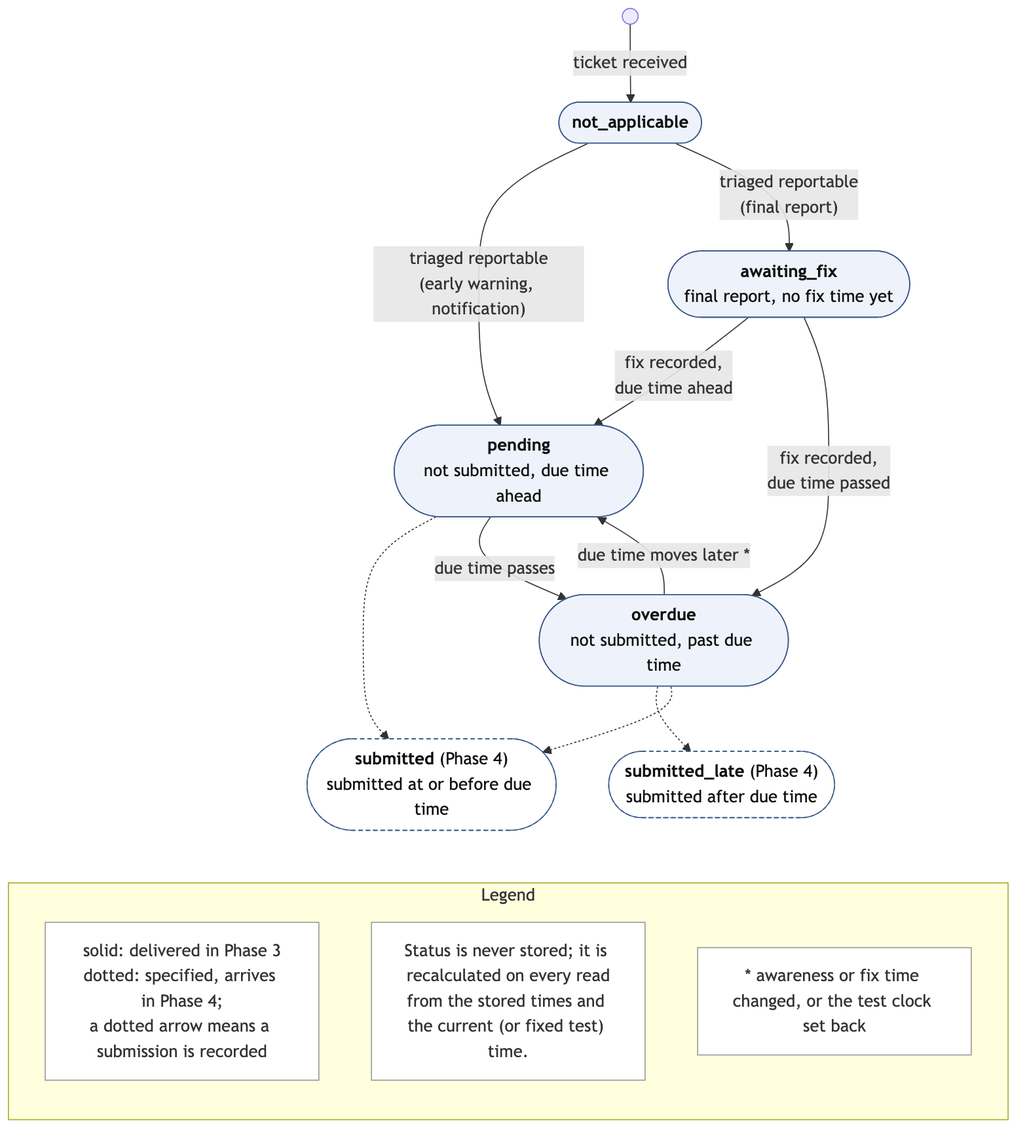
Before: docs/models/model-b-report-status.png, a diagram exported from Mermaid (team17-ece30861/cra-service). Its source is kept beside it as docs/models/model-b-report-status.mmd.
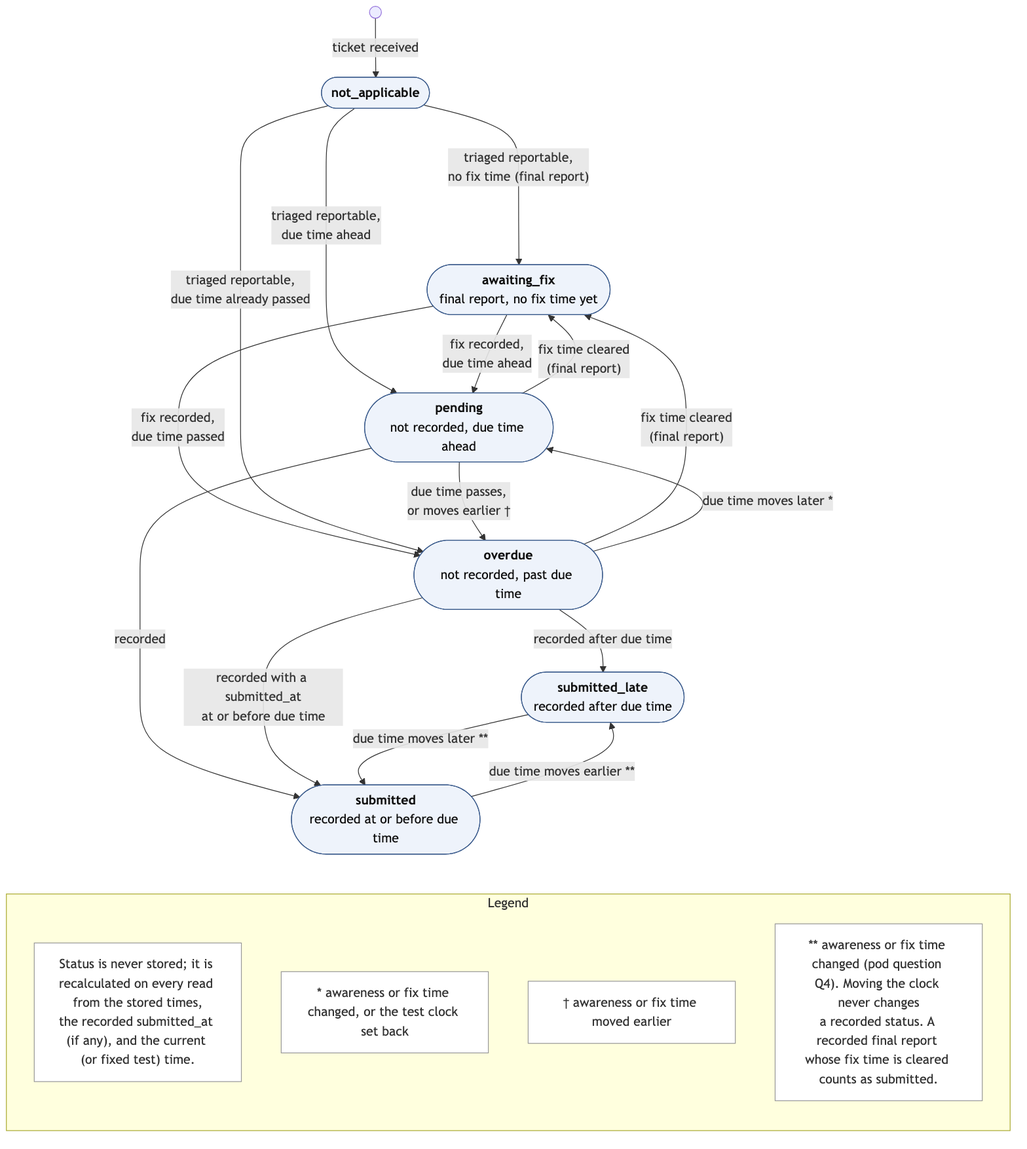
The same diagram one commit later.

Commit message:
Models as delivered in Phase 4 (A, B, architecture) (#92)

Diff of the diagram source:
```diff
@@ -1,25 +1,29 @@
 flowchart TB
   start((" ")) -->|"ticket received"| NA(["<b>not_applicable</b>"])
-  NA -->|"triaged reportable<br/>(early warning, notification)"| P(["<b>pending</b><br/>not submitted, due time ahead"])
-  NA -->|"triaged reportable<br/>(final report)"| AF(["<b>awaiting_fix</b><br/>final report, no fix time yet"])
+  NA -->|"triaged reportable,<br/>no fix time (final report)"| AF(["<b>awaiting_fix</b><br/>final report, no fix time yet"])
+  NA ---->|"triaged reportable,<br/>due time ahead"| P(["<b>pending</b><br/>not recorded, due time ahead"])
   AF -->|"fix recorded,<br/>due time ahead"| P
-  AF -->|"fix recorded,<br/>due time passed"| O(["<b>overdue</b><br/>not submitted, past due time"])
-  P -.-> S(["<b>submitted</b> (Phase 4)<br/>submitted at or before due time"])
-  P -->|"due time passes"| O
+  AF -->|"fix recorded,<br/>due time passed"| O(["<b>overdue</b><br/>not recorded, past due time"])
+  NA -->|"triaged reportable,<br/>due time already passed"| O
+  P -->|"due time passes,<br/>or moves earlier †"| O
+  P -->|"fix time cleared<br/>(final report)"| AF
+  O -->|"fix time cleared<br/>(final report)"| AF
   O -->|"due time moves later *"| P
-  O -.-> SL(["<b>submitted_late</b> (Phase 4)<br/>submitted after due time"])
-  O -.-> S
+  P -->|"recorded"| S(["<b>submitted</b><br/>recorded at or before due time"])
+  O -->|"recorded after due time"| SL(["<b>submitted_late</b><br/>recorded after due time"])
+  O -->|"recorded with a submitted_at<br/>at or before due time"| S
+  S -->|"due time moves earlier **"| SL
+  SL -->|"due time moves later **"| S
   subgraph legend["Legend"]
     direction TB
-    l1["solid: delivered in Phase 3<br/>dotted: specified, arrives in Phase 4;<br/>a dotted arrow means a submission is recorded"]
-    l2["Status is never stored; it is recalculated on every read<br/>from the stored times and the current (or fixed test) time."]
-    l3["* awareness or fix time changed, or the test clock set back"]
+    l1["Status is never stored; it is recalculated on every read from the stored times,<br/>the recorded submitted_at (if any), and the current (or fixed test) time."]
+    l2["* awareness or fix time changed, or the test clock set back"]
+    l4["† awareness or fix time moved earlier"]
+    l3["** awareness or fix time changed (pod question Q4). Moving the clock never changes<br/>a recorded status. A recorded final report whose fix time is cleared counts as submitted."]
   end
   S ~~~ legend
   SL ~~~ legend
   classDef state fill:#eef3fb,stroke:#3b5b8c,color:#111
-  classDef planned fill:#ffffff,stroke:#3b5b8c,stroke-dasharray:4 3,color:#111
   classDef note fill:#ffffff,stroke:#999,color:#333
-  class NA,AF,P,O state
-  class S,SL planned
-  class l1,l2,l3 note
+  class NA,AF,P,O,S,SL state
+  class l1,l2,l3,l4 note
```
